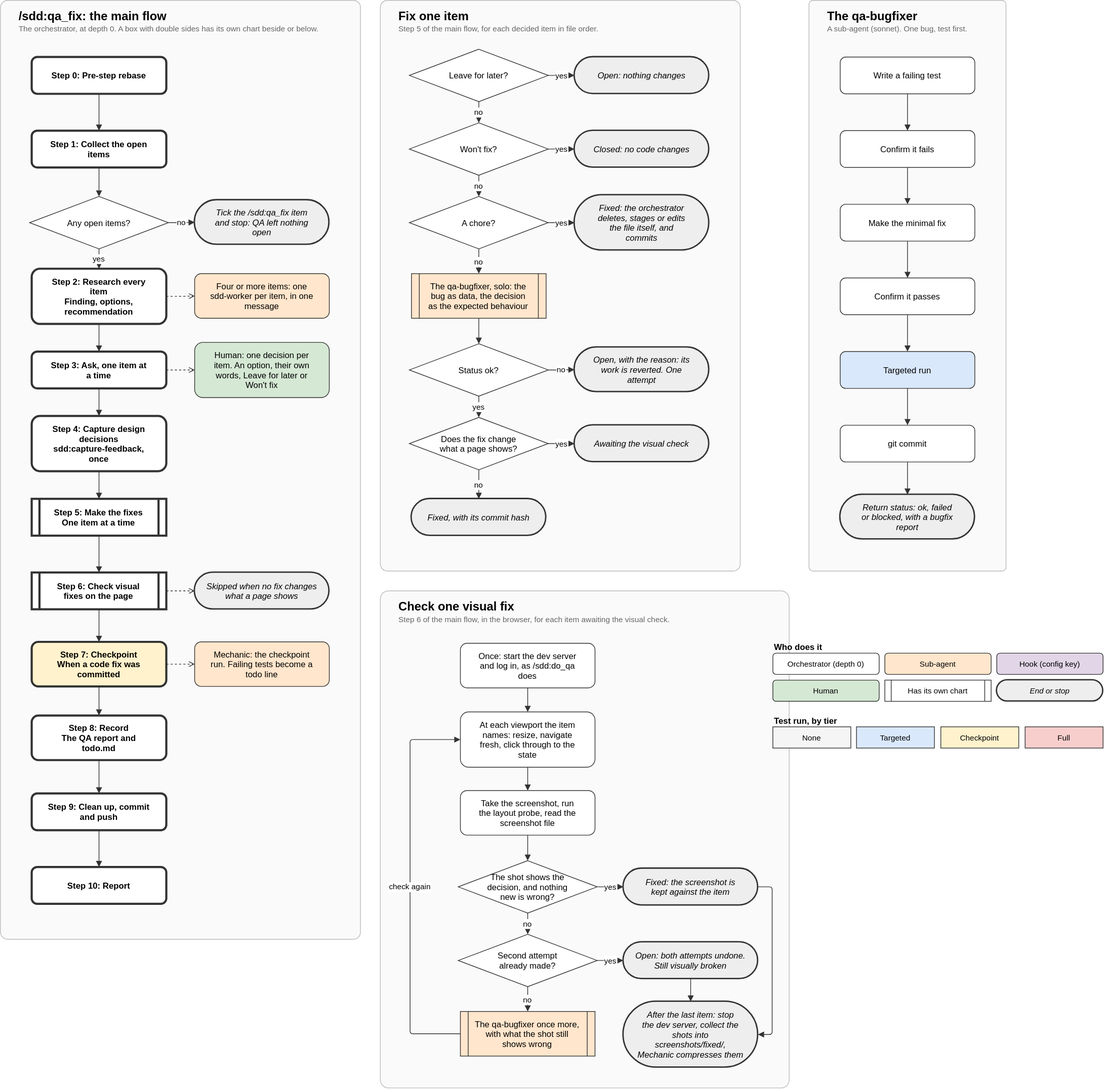
This is claude_plugins/sdd/docs/diagrams/qa_fix.drawio.svg from preludetech/Freedom-LS, a draw.io export, as it was before one commit. Source tidied: cells renumbered, new cells last; positions are measured from the earlier drawing's top-left corner, leaving out a move shared by most shapes.
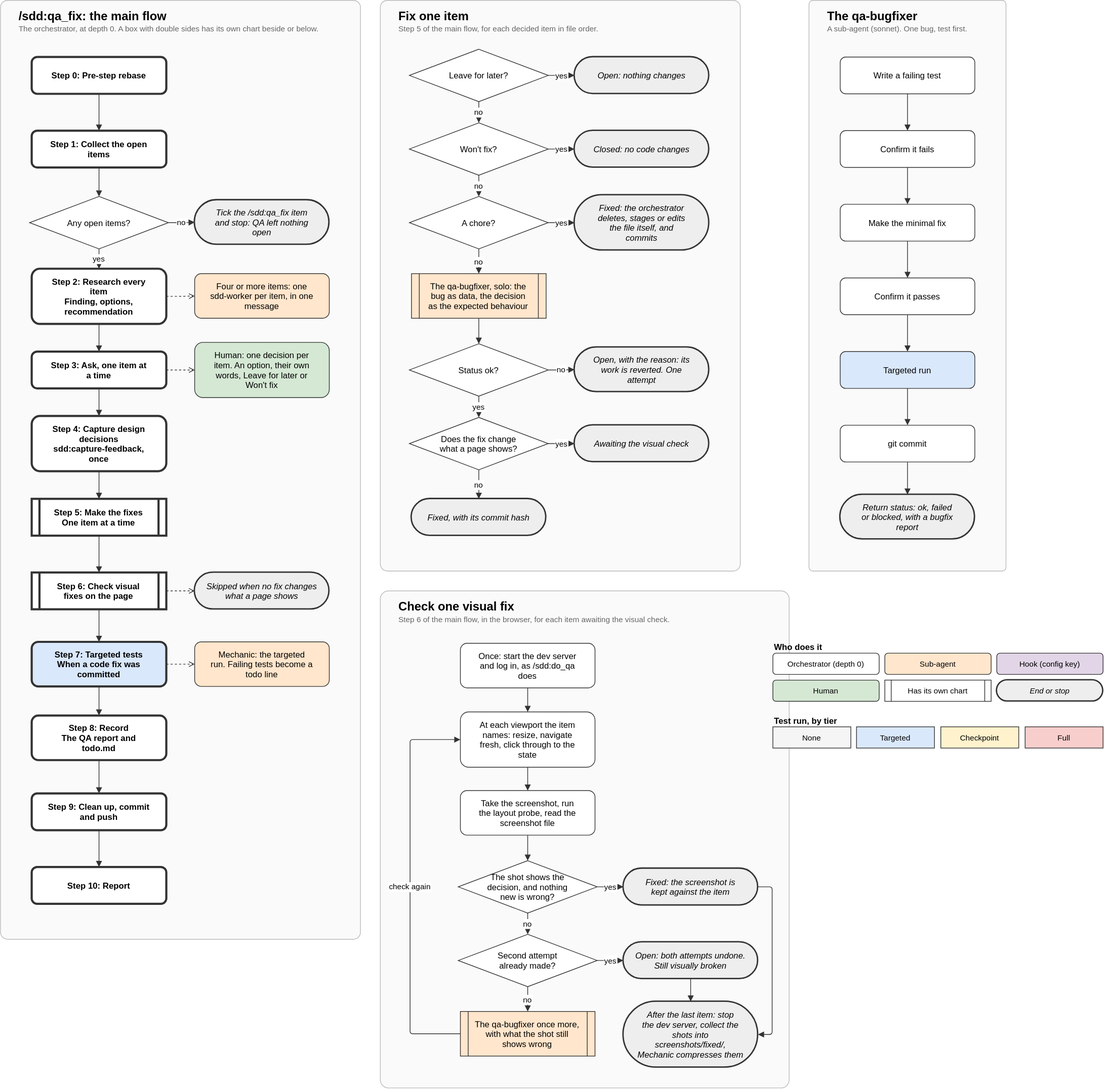
After the change.

The edit, as a diff of the source:
```diff
@@ -47,10 +47,10 @@
     <mxCell id="16" value="Skipped when no fix changes&#10;what a page shows" style="rounded=1;arcSize=50;html=0;fontSize=12;strokeColor=#333333;fillColor=#eeeeee;strokeWidth=2;fontStyle=2;" parent="1" vertex="1">
       <mxGeometry x="274" y="808" width="190" height="52" as="geometry" />
     </mxCell>
-    <mxCell id="17" value="Step 7: Checkpoint&#10;When a code fix was&#10;committed" style="rounded=1;html=0;fontSize=12;strokeColor=#333333;fillColor=#fff2cc;strokeWidth=3;fontStyle=1;" parent="1" vertex="1">
+    <mxCell id="17" value="Step 7: Targeted tests&#10;When a code fix was&#10;committed" style="rounded=1;html=0;fontSize=12;strokeColor=#333333;fillColor=#dae8fc;strokeWidth=3;fontStyle=1;" parent="1" vertex="1">
       <mxGeometry x="44" y="906" width="190" height="63" as="geometry" />
     </mxCell>
-    <mxCell id="18" value="Mechanic: the checkpoint&#10;run. Failing tests become a&#10;todo line" style="rounded=1;html=0;fontSize=12;strokeColor=#333333;fillColor=#ffe6cc;" parent="1" vertex="1">
+    <mxCell id="18" value="Mechanic: the targeted&#10;run. Failing tests become a&#10;todo line" style="rounded=1;html=0;fontSize=12;strokeColor=#333333;fillColor=#ffe6cc;" parent="1" vertex="1">
       <mxGeometry x="274" y="906" width="190" height="63" as="geometry" />
     </mxCell>
     <mxCell id="19" value="Step 8: Record&#10;The QA report and&#10;todo.md" style="rounded=1;html=0;fontSize=12;strokeColor=#333333;fillColor=#ffffff;strokeWidth=3;fontStyle=1;" parent="1" vertex="1">
```
